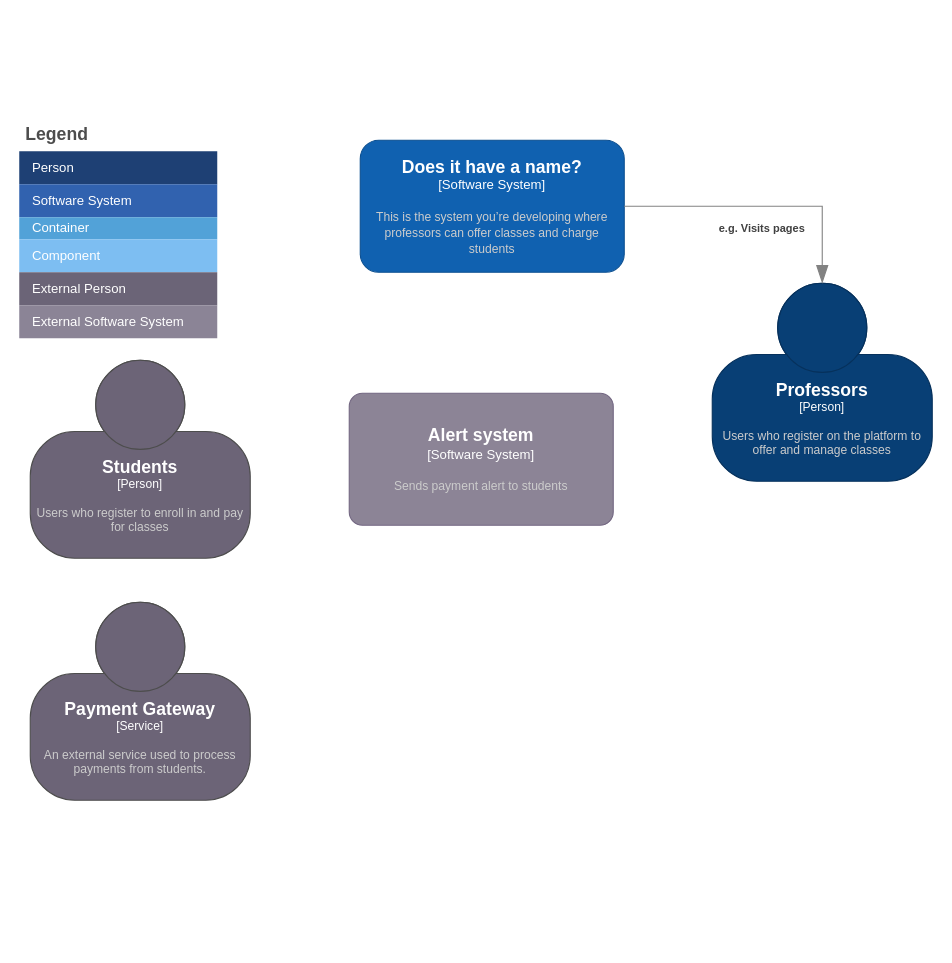
This is Untitled Diagram.drawio from elisenpedersen/c4-model, a draw.io file, before an edit. Source tidied: cells renumbered, new cells numbered last; positions are measured from the earlier drawing's top-left corner, leaving out a move shared by most shapes. Both pictures are drawn from the tidied source at 110%, with x=0, y=0 at pixel (19, 118).
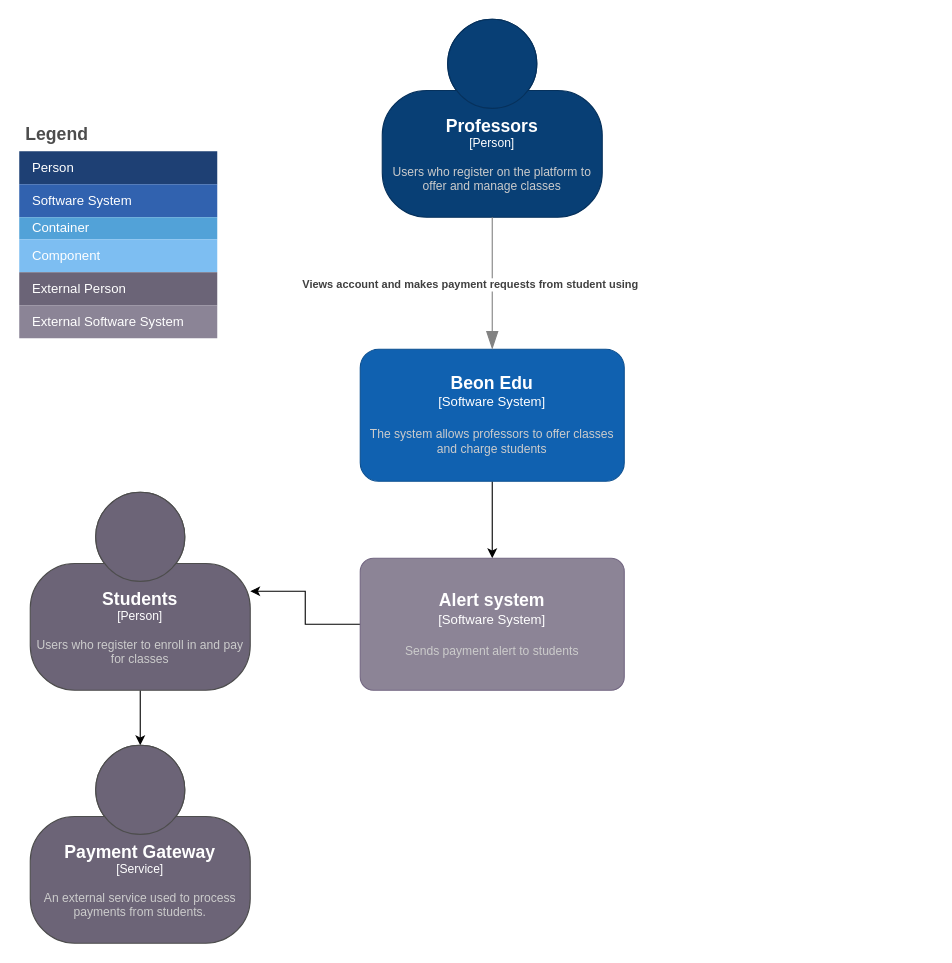
Above is the later version.

The edit, as a diff of the source:
```diff
@@
     <object id="2" label="&lt;font style=&quot;font-size: 16px&quot;&gt;&lt;b&gt;%c4Name%&lt;/b&gt;&lt;/font&gt;&lt;div&gt;[%c4Type%]&lt;/div&gt;&lt;br&gt;&lt;div&gt;&lt;font style=&quot;font-size: 11px&quot;&gt;&lt;font color=&quot;#cccccc&quot;&gt;%c4Description%&lt;/font&gt;&lt;/div&gt;" c4Description="Users who register on the platform to offer and manage classes" c4Name="Professors " c4Type="Person" placeholders="1">
       <mxCell style="html=1;fontSize=11;dashed=0;whiteSpace=wrap;fillColor=#083F75;strokeColor=#06315C;fontColor=#ffffff;shape=mxgraph.c4.person2;align=center;points=[[0.5,0,0],[1,0.5,0],[1,0.75,0],[0.75,1,0],[0.5,1,0],[0.25,1,0],[0,0.75,0],[0,0.5,0]];" parent="1" vertex="1">
-        <mxGeometry x="630" y="150" width="200" height="180" as="geometry" />
+        <mxGeometry x="330" y="-90" width="200" height="180" as="geometry" />
       </mxCell>
     </object>
+    <mxCell id="21" style="edgeStyle=orthogonalEdgeStyle;rounded=0;jettySize=auto;html=1;" parent="1" edge="1" source="3" target="7">
+      <mxGeometry relative="1" as="geometry" />
+    </mxCell>
-    <object id="3" label="&lt;font style=&quot;font-size: 16px&quot;&gt;&lt;b&gt;%c4Name%&lt;/b&gt;&lt;/font&gt;&lt;div&gt;[%c4Type%]&lt;/div&gt;&lt;br&gt;&lt;div&gt;&lt;font style=&quot;font-size: 11px&quot;&gt;&lt;font color=&quot;#cccccc&quot;&gt;%c4Description%&lt;/font&gt;&lt;/div&gt;" c4Description=" This is the system you’re developing where professors can offer classes and charge students" c4Name="Does it have a name?" c4Type="Software System" placeholders="1">
+    <object id="3" label="&lt;font style=&quot;font-size: 16px&quot;&gt;&lt;b&gt;%c4Name%&lt;/b&gt;&lt;/font&gt;&lt;div&gt;[%c4Type%]&lt;/div&gt;&lt;br&gt;&lt;div&gt;&lt;font style=&quot;font-size: 11px&quot;&gt;&lt;font color=&quot;#cccccc&quot;&gt;%c4Description%&lt;/font&gt;&lt;/div&gt;" c4Description="The system allows professors to offer classes and charge students" c4Name="Beon Edu" c4Type="Software System" placeholders="1">
       <mxCell style="rounded=1;whiteSpace=wrap;html=1;labelBackgroundColor=none;fillColor=#1061B0;fontColor=#ffffff;align=center;arcSize=14;strokeColor=#0D5091;points=[[0.25,0,0],[0.5,0,0],[0.75,0,0],[1,0.25,0],[1,0.5,0],[1,0.75,0],[0.75,1,0],[0.5,1,0],[0.25,1,0],[0,0.75,0],[0,0.5,0],[0,0.25,0]];" parent="1" vertex="1">
-        <mxGeometry x="310" y="20" width="240" height="120" as="geometry" />
+        <mxGeometry x="310" y="210" width="240" height="120" as="geometry" />
       </mxCell>
     </object>
+    <mxCell id="22" style="edgeStyle=orthogonalEdgeStyle;rounded=0;jettySize=auto;html=1;" parent="1" edge="1" source="4" target="5">
+      <mxGeometry relative="1" as="geometry" />
+    </mxCell>
     <object id="4" label="&lt;font style=&quot;font-size: 16px&quot;&gt;&lt;b&gt;%c4Name%&lt;/b&gt;&lt;/font&gt;&lt;div&gt;[%c4Type%]&lt;/div&gt;&lt;br&gt;&lt;div&gt;&lt;font style=&quot;font-size: 11px&quot;&gt;&lt;font color=&quot;#cccccc&quot;&gt;%c4Description%&lt;/font&gt;&lt;/div&gt;" c4Description="Users who register to enroll in and pay for classes" c4Name="Students" c4Type="Person" placeholders="1">
       <mxCell style="html=1;fontSize=11;dashed=0;whiteSpace=wrap;fillColor=#6C6477;strokeColor=#4D4D4D;fontColor=#ffffff;shape=mxgraph.c4.person2;align=center;points=[[0.5,0,0],[1,0.5,0],[1,0.75,0],[0.75,1,0],[0.5,1,0],[0.25,1,0],[0,0.75,0],[0,0.5,0]];" parent="1" vertex="1">
-        <mxGeometry x="10" y="220" width="200" height="180" as="geometry" />
+        <mxGeometry x="10" y="340" width="200" height="180" as="geometry" />
       </mxCell>
     </object>
     <object id="5" label="&lt;font style=&quot;font-size: 16px&quot;&gt;&lt;b&gt;%c4Name%&lt;/b&gt;&lt;/font&gt;&lt;div&gt;[%c4Type%]&lt;/div&gt;&lt;br&gt;&lt;div&gt;&lt;font style=&quot;font-size: 11px&quot;&gt;&lt;font color=&quot;#cccccc&quot;&gt;%c4Description%&lt;/font&gt;&lt;/div&gt;" c4Description="An external service used to process payments from students." c4Name="Payment Gateway" c4Type="Service" placeholders="1">
       <mxCell style="html=1;fontSize=11;dashed=0;whiteSpace=wrap;fillColor=#6C6477;strokeColor=#4D4D4D;fontColor=#ffffff;shape=mxgraph.c4.person2;align=center;points=[[0.5,0,0],[1,0.5,0],[1,0.75,0],[0.75,1,0],[0.5,1,0],[0.25,1,0],[0,0.75,0],[0,0.5,0]];" parent="1" vertex="1">
-        <mxGeometry x="10" y="440" width="200" height="180" as="geometry" />
+        <mxGeometry x="10" y="570" width="200" height="180" as="geometry" />
       </mxCell>
     </object>
-    <object id="6" label="&lt;div style=&quot;text-align: left&quot;&gt;&lt;div style=&quot;text-align: center&quot;&gt;&lt;b&gt;%c4Description%&lt;/b&gt;&lt;/div&gt;" c4Description="e.g. Visits pages" placeholders="1">
-      <mxCell style="endArrow=blockThin;html=1;fontSize=10;fontColor=#404040;strokeWidth=1;endFill=1;strokeColor=#828282;elbow=vertical;endSize=14;startSize=14;jumpStyle=arc;jumpSize=16;rounded=0;edgeStyle=orthogonalEdgeStyle;exitX=1;exitY=0.5;exitDx=0;exitDy=0;exitPerimeter=0;" parent="1" edge="1" source="3" target="2">
-        <mxGeometry y="-20" relative="1" as="geometry" />
+    <object id="6" label="&lt;div style=&quot;text-align: left&quot;&gt;&lt;div style=&quot;text-align: center&quot;&gt;&lt;b&gt;%c4Description%&lt;/b&gt;&lt;/div&gt;" c4Description="Views account and makes payment requests from student using" placeholders="1">
+      <mxCell style="endArrow=blockThin;html=1;fontSize=10;fontColor=#404040;strokeWidth=1;endFill=1;strokeColor=#828282;elbow=vertical;endSize=14;startSize=14;jumpStyle=arc;jumpSize=16;rounded=0;edgeStyle=orthogonalEdgeStyle;exitX=0.5;exitY=1;exitDx=0;exitDy=0;exitPerimeter=0;entryX=0.5;entryY=0;entryDx=0;entryDy=0;entryPerimeter=0;" parent="1" edge="1" source="2" target="3">
+        <mxGeometry x="0.01" y="-20" relative="1" as="geometry" />
       </mxCell>
     </object>
+    <mxCell id="23" style="edgeStyle=orthogonalEdgeStyle;rounded=0;jettySize=auto;html=1;" parent="1" edge="1" source="7" target="4">
+      <mxGeometry relative="1" as="geometry" />
+    </mxCell>
     <object id="7" label="&lt;font style=&quot;font-size: 16px&quot;&gt;&lt;b&gt;%c4Name%&lt;/b&gt;&lt;/font&gt;&lt;div&gt;[%c4Type%]&lt;/div&gt;&lt;br&gt;&lt;div&gt;&lt;font style=&quot;font-size: 11px&quot;&gt;&lt;font color=&quot;#cccccc&quot;&gt;%c4Description%&lt;/font&gt;&lt;/div&gt;" c4Description="Sends payment alert to students" c4Name="Alert system" c4Type="Software System" placeholders="1">
       <mxCell style="rounded=1;whiteSpace=wrap;html=1;labelBackgroundColor=none;fillColor=#8C8496;fontColor=#ffffff;align=center;arcSize=10;strokeColor=#736782;points=[[0.25,0,0],[0.5,0,0],[0.75,0,0],[1,0.25,0],[1,0.5,0],[1,0.75,0],[0.75,1,0],[0.5,1,0],[0.25,1,0],[0,0.75,0],[0,0.5,0],[0,0.25,0]];" parent="1" vertex="1">
-        <mxGeometry x="300" y="250" width="240" height="120" as="geometry" />
+        <mxGeometry x="310" y="400" width="240" height="120" as="geometry" />
       </mxCell>
     </object>
```
